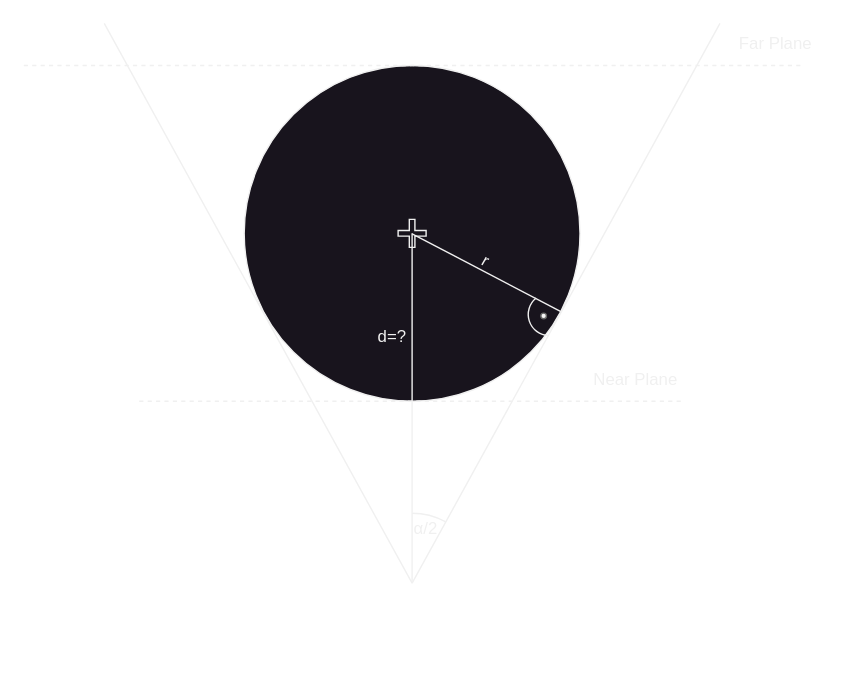
Earlier version of the draw.io export img/camera_fit.drawio.svg (sraesch/pixel-contribution). Source tidied: cells renumbered, new cells last; positions are measured from the earlier drawing's top-left corner, leaving out a move shared by most shapes.
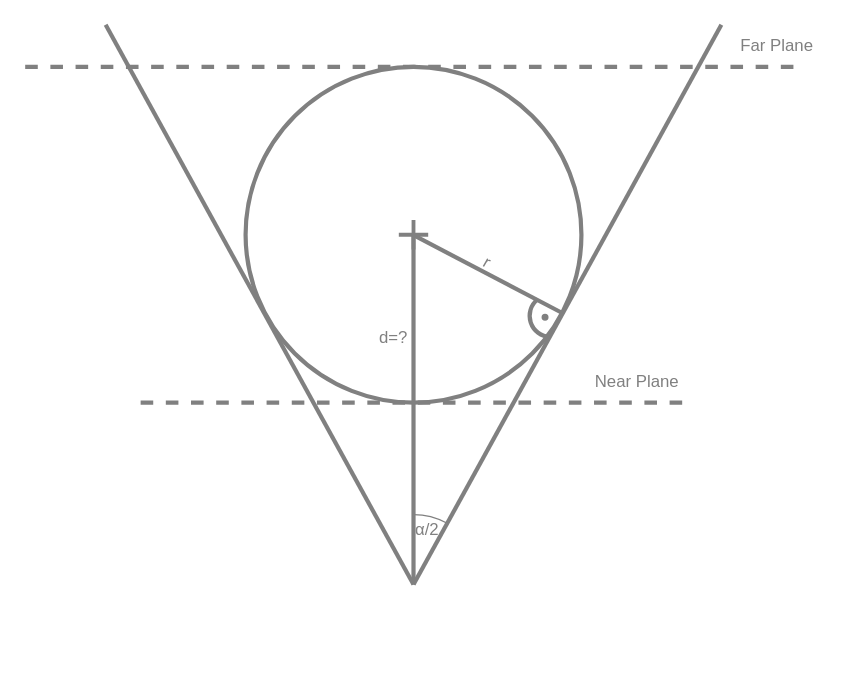
Later version of the same file.

Change to the diagram source:
```diff
@@ -2,67 +2,67 @@
   <root>
     <mxCell id="0" />
     <mxCell id="1" parent="0" />
-    <mxCell id="2" style="endArrow=none;html=1;rounded=0;" parent="1" edge="1">
+    <mxCell id="2" style="endArrow=none;html=1;rounded=0;strokeWidth=3;strokeColor=#808080;fontColor=#808080;" parent="1" edge="1">
       <mxGeometry relative="1" as="geometry">
         <mxPoint x="278" y="400" as="sourcePoint" />
         <mxPoint x="58" as="targetPoint" />
       </mxGeometry>
     </mxCell>
-    <mxCell id="3" style="endArrow=none;html=1;rounded=0;" parent="1" edge="1">
+    <mxCell id="3" style="endArrow=none;html=1;rounded=0;strokeWidth=3;strokeColor=#808080;fontColor=#808080;" parent="1" edge="1">
       <mxGeometry relative="1" as="geometry">
         <mxPoint x="278" y="400" as="sourcePoint" />
         <mxPoint x="498" as="targetPoint" />
       </mxGeometry>
     </mxCell>
-    <mxCell id="4" style="ellipse;whiteSpace=wrap;html=1;" parent="1" vertex="1">
+    <mxCell id="4" style="ellipse;whiteSpace=wrap;html=1;fontColor=#808080;strokeColor=#808080;strokeWidth=3;fillColor=none;" parent="1" vertex="1">
       <mxGeometry x="158" y="30" width="240" height="240" as="geometry" />
     </mxCell>
-    <mxCell id="5" style="shape=cross;whiteSpace=wrap;html=1;" parent="1" vertex="1">
+    <mxCell id="5" style="shape=cross;whiteSpace=wrap;html=1;fontColor=#808080;strokeColor=#808080;size=0.08707482993197573;fillColor=#808080;" parent="1" vertex="1">
       <mxGeometry x="268" y="140" width="20" height="20" as="geometry" />
     </mxCell>
-    <mxCell id="6" style="endArrow=none;html=1;rounded=0;dashed=1;" parent="1" edge="1">
+    <mxCell id="6" style="endArrow=none;html=1;rounded=0;dashed=1;strokeWidth=3;strokeColor=#808080;fontColor=#808080;" parent="1" edge="1">
       <mxGeometry relative="1" as="geometry">
         <mxPoint x="83" y="270" as="sourcePoint" />
         <mxPoint x="473" y="270" as="targetPoint" />
       </mxGeometry>
     </mxCell>
-    <mxCell id="7" style="endArrow=none;html=1;rounded=0;dashed=1;" parent="1" edge="1">
+    <mxCell id="7" style="endArrow=none;html=1;rounded=0;dashed=1;strokeWidth=3;strokeColor=#808080;fontColor=#808080;" parent="1" edge="1">
       <mxGeometry relative="1" as="geometry">
         <mxPoint x="0.5" y="30" as="sourcePoint" />
         <mxPoint x="555.5" y="30" as="targetPoint" />
       </mxGeometry>
     </mxCell>
-    <mxCell id="8" value="Near Plane" style="text;html=1;strokeColor=none;fillColor=none;align=center;verticalAlign=middle;whiteSpace=wrap;rounded=0;" parent="1" vertex="1">
+    <mxCell id="8" value="Near Plane" style="text;html=1;strokeColor=none;fillColor=none;align=center;verticalAlign=middle;whiteSpace=wrap;rounded=0;fontColor=#808080;" parent="1" vertex="1">
       <mxGeometry x="398" y="240" width="80" height="30" as="geometry" />
     </mxCell>
-    <mxCell id="9" value="Far Plane" style="text;html=1;strokeColor=none;fillColor=none;align=center;verticalAlign=middle;whiteSpace=wrap;rounded=0;" parent="1" vertex="1">
+    <mxCell id="9" value="Far Plane" style="text;html=1;strokeColor=none;fillColor=none;align=center;verticalAlign=middle;whiteSpace=wrap;rounded=0;fontColor=#808080;" parent="1" vertex="1">
       <mxGeometry x="498" width="80" height="30" as="geometry" />
     </mxCell>
-    <mxCell id="10" style="endArrow=none;html=1;rounded=0;" parent="1" edge="1">
+    <mxCell id="10" style="endArrow=none;html=1;rounded=0;fontColor=#808080;strokeColor=#808080;strokeWidth=3;" parent="1" edge="1">
       <mxGeometry relative="1" as="geometry">
         <mxPoint x="278" y="400" as="sourcePoint" />
         <mxPoint x="278" y="150" as="targetPoint" />
       </mxGeometry>
     </mxCell>
-    <mxCell id="11" style="endArrow=none;html=1;rounded=0;entryX=0.501;entryY=0.515;entryDx=0;entryDy=0;entryPerimeter=0;exitX=0.943;exitY=0.733;exitDx=0;exitDy=0;exitPerimeter=0;" parent="1" edge="1" source="4" target="5">
+    <mxCell id="11" style="endArrow=none;html=1;rounded=0;entryX=0.501;entryY=0.515;entryDx=0;entryDy=0;entryPerimeter=0;exitX=0.943;exitY=0.733;exitDx=0;exitDy=0;exitPerimeter=0;fontColor=#808080;strokeColor=#808080;strokeWidth=3;" parent="1" edge="1" source="4" target="5">
       <mxGeometry relative="1" as="geometry" />
     </mxCell>
-    <mxCell id="12" style="verticalLabelPosition=bottom;verticalAlign=top;html=1;shape=mxgraph.basic.arc;startAngle=0.5047732166712652;endAngle=0.8933242730497062;" parent="1" vertex="1">
+    <mxCell id="12" style="verticalLabelPosition=bottom;verticalAlign=top;html=1;shape=mxgraph.basic.arc;startAngle=0.5047732166712652;endAngle=0.8933242730497062;fontColor=#808080;strokeColor=#808080;strokeWidth=3;" parent="1" vertex="1">
       <mxGeometry x="361" y="193" width="30" height="30" as="geometry" />
     </mxCell>
-    <mxCell id="13" style="ellipse;whiteSpace=wrap;html=1;fillColor=#f5f5f5;fontColor=#333333;strokeColor=#666666;" parent="1" vertex="1">
+    <mxCell id="13" style="ellipse;whiteSpace=wrap;html=1;fillColor=#808080;fontColor=#808080;strokeColor=#808080;" parent="1" vertex="1">
       <mxGeometry x="370" y="207" width="4" height="4" as="geometry" />
     </mxCell>
-    <mxCell id="14" style="verticalLabelPosition=bottom;verticalAlign=top;html=1;shape=mxgraph.basic.arc;startAngle=0;endAngle=0.07871981121082192;" parent="1" vertex="1">
+    <mxCell id="14" style="verticalLabelPosition=bottom;verticalAlign=top;html=1;shape=mxgraph.basic.arc;startAngle=0;endAngle=0.07871981121082192;fontColor=#808080;strokeColor=#808080;" parent="1" vertex="1">
       <mxGeometry x="228" y="350" width="100" height="100" as="geometry" />
     </mxCell>
-    <mxCell id="15" value="α/2" style="text;html=1;strokeColor=none;fillColor=none;align=center;verticalAlign=middle;whiteSpace=wrap;rounded=0;" parent="1" vertex="1">
+    <mxCell id="15" value="α/2" style="text;html=1;strokeColor=none;fillColor=none;align=center;verticalAlign=middle;whiteSpace=wrap;rounded=0;fontColor=#808080;" parent="1" vertex="1">
       <mxGeometry x="258" y="346" width="60" height="30" as="geometry" />
     </mxCell>
-    <mxCell id="16" value="r" style="text;html=1;strokeColor=none;fillColor=none;align=center;verticalAlign=middle;whiteSpace=wrap;rounded=0;rotation=30;" parent="1" vertex="1">
+    <mxCell id="16" value="r" style="text;html=1;strokeColor=none;fillColor=none;align=center;verticalAlign=middle;whiteSpace=wrap;rounded=0;rotation=30;fontColor=#808080;" parent="1" vertex="1">
       <mxGeometry x="301" y="155" width="60" height="30" as="geometry" />
     </mxCell>
-    <mxCell id="17" value="d=?" style="text;html=1;strokeColor=none;fillColor=none;align=center;verticalAlign=middle;whiteSpace=wrap;rounded=0;" parent="1" vertex="1">
+    <mxCell id="17" value="d=?" style="text;html=1;strokeColor=none;fillColor=none;align=center;verticalAlign=middle;whiteSpace=wrap;rounded=0;fontColor=#808080;" parent="1" vertex="1">
       <mxGeometry x="234" y="209" width="60" height="30" as="geometry" />
     </mxCell>
   </root>
```
